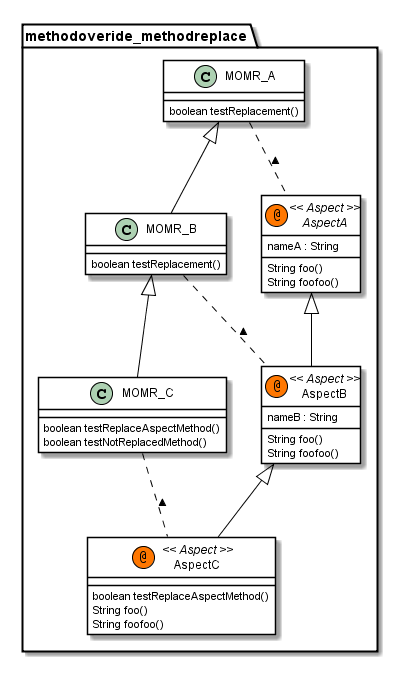
diverse-project/k3 keeps this PlantUML diagram as k3-al/fr.inria.diverse.k3.al.tests/src/test/java/test/methodoveride_methodreplace/gen-plantuml/methodoveride_methodreplace.png. Above is the earlier version.
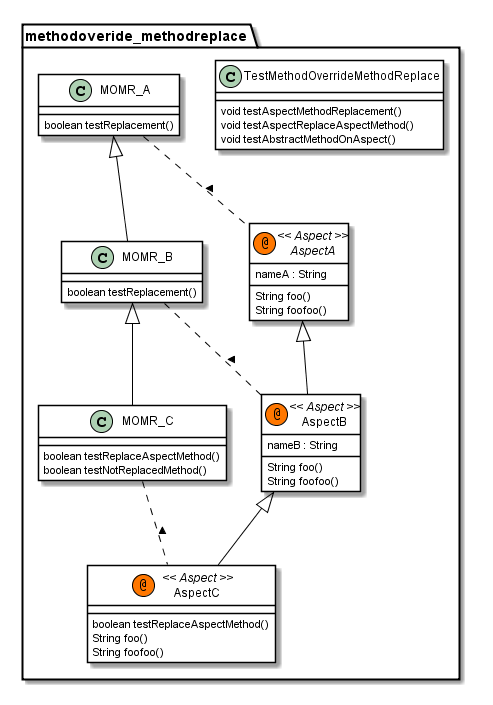
After the commit.

Change to the diagram source:
```diff
@@ -6,6 +6,11 @@
 	BorderColor Black
 }
 package methodoveride_methodreplace {
+	class	TestMethodOverrideMethodReplace {
+		void testAspectMethodReplacement()
+		void testAspectReplaceAspectMethod()
+		void testAbstractMethodOnAspect()
+	}
 	class	MOMR_A {
 		boolean testReplacement()
 	}
```
